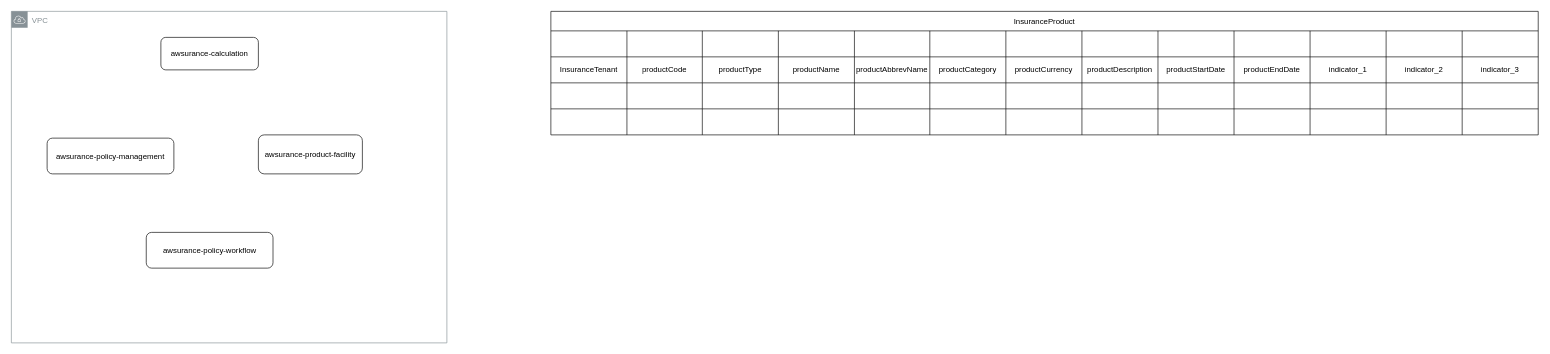
The draw.io diagram awsurance.drawio in danielang2020/awsurance, before the edit. Source tidied: cells renumbered, new cells numbered last; positions are measured from the earlier drawing's top-left corner, leaving out a move shared by most shapes. Both pictures are drawn from the tidied source at 65%, with x=0, y=0 at pixel (11, 11).
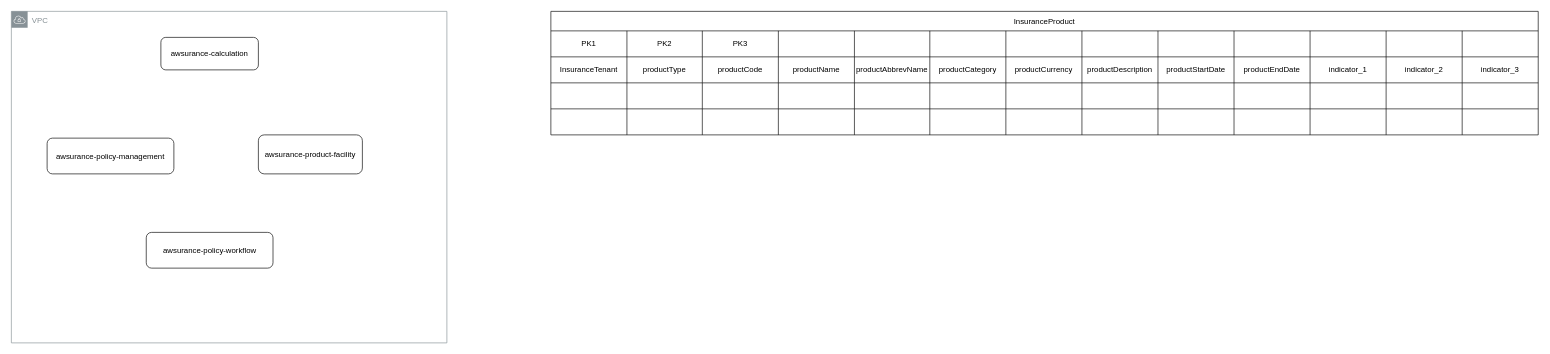
The same diagram, later.

Unchanged cells that the change refers to:
```xml
<mxCell id="8" style="shape=tableRow;horizontal=0;startSize=0;swimlaneHead=0;swimlaneBody=0;strokeColor=inherit;top=0;left=0;bottom=0;right=0;fillColor=none;" parent="7" vertex="1">
  <mxGeometry y="30" width="1519" height="40" as="geometry" />
</mxCell>
<mxCell id="22" style="shape=tableRow;horizontal=0;startSize=0;swimlaneHead=0;swimlaneBody=0;strokeColor=inherit;top=0;left=0;bottom=0;right=0;fillColor=none;" parent="7" vertex="1">
  <mxGeometry y="70" width="1519" height="40" as="geometry" />
</mxCell>
```

Change to the diagram source:
```diff
@@
-    <mxCell id="9" style="shape=partialRectangle;html=1;whiteSpace=wrap;strokeColor=inherit;overflow=hidden;fillColor=none;top=0;left=0;bottom=0;right=0;" parent="8" vertex="1">
+    <mxCell id="9" value="PK1" style="shape=partialRectangle;html=1;whiteSpace=wrap;strokeColor=inherit;overflow=hidden;fillColor=none;top=0;left=0;bottom=0;right=0;" parent="8" vertex="1">
       <mxGeometry width="117" height="40" as="geometry" />
     </mxCell>
-    <mxCell id="10" style="shape=partialRectangle;html=1;whiteSpace=wrap;strokeColor=inherit;overflow=hidden;fillColor=none;top=0;left=0;bottom=0;right=0;" parent="8" vertex="1">
+    <mxCell id="10" value="PK2" style="shape=partialRectangle;html=1;whiteSpace=wrap;strokeColor=inherit;overflow=hidden;fillColor=none;top=0;left=0;bottom=0;right=0;" parent="8" vertex="1">
       <mxGeometry x="117" width="116" height="40" as="geometry" />
     </mxCell>
-    <mxCell id="11" style="shape=partialRectangle;html=1;whiteSpace=wrap;strokeColor=inherit;overflow=hidden;fillColor=none;top=0;left=0;bottom=0;right=0;" parent="8" vertex="1">
+    <mxCell id="11" value="PK3" style="shape=partialRectangle;html=1;whiteSpace=wrap;strokeColor=inherit;overflow=hidden;fillColor=none;top=0;left=0;bottom=0;right=0;" parent="8" vertex="1">
       <mxGeometry x="233" width="117" height="40" as="geometry" />
     </mxCell>
@@
-    <mxCell id="24" value="productCode" style="shape=partialRectangle;html=1;whiteSpace=wrap;strokeColor=inherit;overflow=hidden;fillColor=none;top=0;left=0;bottom=0;right=0;" parent="22" vertex="1">
+    <mxCell id="24" value="productType" style="shape=partialRectangle;html=1;whiteSpace=wrap;strokeColor=inherit;overflow=hidden;fillColor=none;top=0;left=0;bottom=0;right=0;" parent="22" vertex="1">
       <mxGeometry x="117" width="116" height="40" as="geometry" />
     </mxCell>
-    <mxCell id="25" value="productType" style="shape=partialRectangle;html=1;whiteSpace=wrap;strokeColor=inherit;overflow=hidden;fillColor=none;top=0;left=0;bottom=0;right=0;" parent="22" vertex="1">
+    <mxCell id="25" value="productCode" style="shape=partialRectangle;html=1;whiteSpace=wrap;strokeColor=inherit;overflow=hidden;fillColor=none;top=0;left=0;bottom=0;right=0;" parent="22" vertex="1">
       <mxGeometry x="233" width="117" height="40" as="geometry" />
     </mxCell>
```
